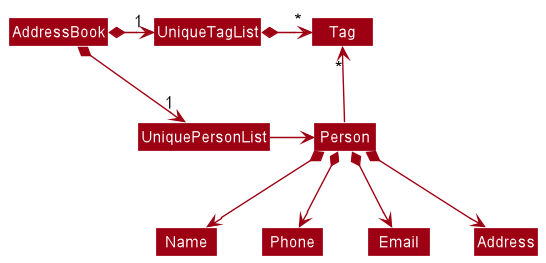
This is docs/images/BetterModelClassDiagram.png from nus-cs2103-AY2223S1/tp, a PlantUML export, as it was before one commit.
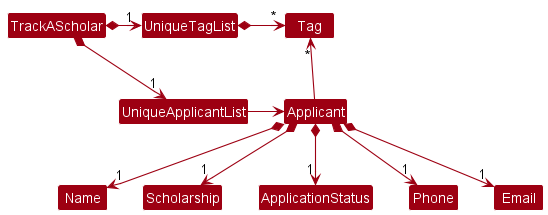
After the change.

The edit, as a diff of the source:
```diff
@@ -4,18 +4,19 @@
 skinparam arrowColor MODEL_COLOR
 skinparam classBackgroundColor MODEL_COLOR
 
-AddressBook *-right-> "1" UniquePersonList
-AddressBook *-right-> "1" UniqueTagList
-UniqueTagList -[hidden]down- UniquePersonList
-UniqueTagList -[hidden]down- UniquePersonList
+TrackAScholar *-right-> "1" UniqueApplicantList
+TrackAScholar *-right-> "1" UniqueTagList
+UniqueTagList -[hidden]down- UniqueApplicantList
+UniqueTagList -[hidden]down- UniqueApplicantList
 
 UniqueTagList *-right-> "*" Tag
-UniquePersonList -right-> Person
+UniqueApplicantList -right-> Applicant
 
-Person -up-> "*" Tag
+Applicant -up-> "*" Tag
 
-Person *--> Name
-Person *--> Phone
-Person *--> Email
-Person *--> Address
+Applicant *--> "1" Name
+Applicant *--> "1" Scholarship
+Applicant *--> "1" ApplicationStatus
+Applicant *--> "1" Phone
+Applicant *--> "1" Email
 @enduml
```
